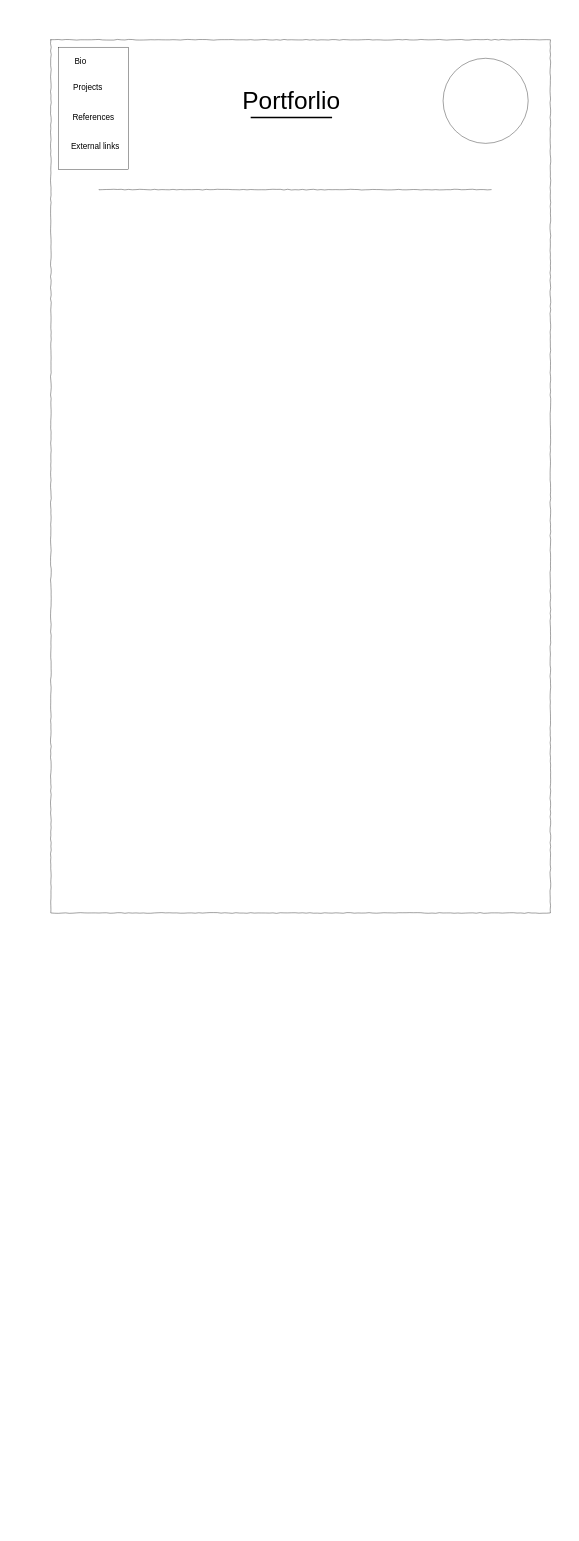
This is desktop-wireframe.drawio from kicknback/Portfolio, a draw.io file, before an edit. Source tidied: cells renumbered, new cells numbered last; positions are measured from the earlier drawing's top-left corner, leaving out a move shared by most shapes. Both pictures are drawn from the tidied source at 37%, with x=0, y=0 at pixel (51, 40).
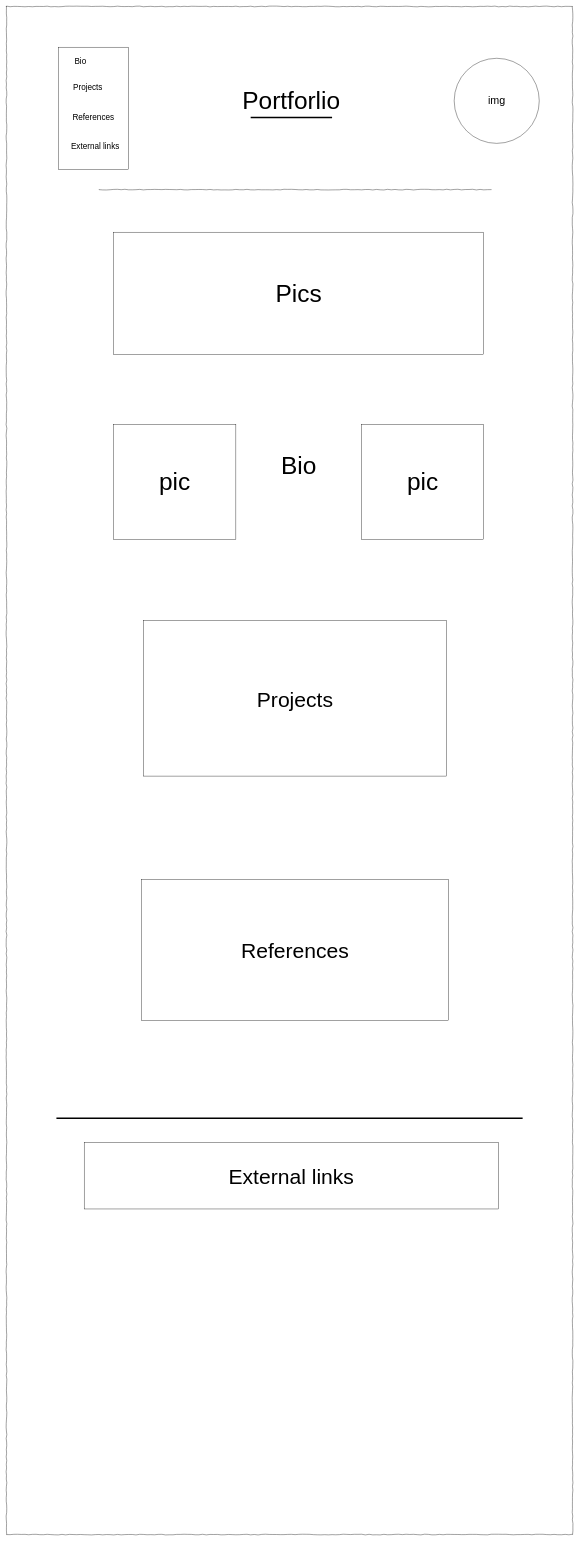
The same page after the edit.

Change to the diagram source:
```diff
@@
 <mxGraphModel background="#ffffff">
   <root>
     <mxCell id="0" />
     <mxCell id="1" parent="0" />
     <mxCell id="2" style="rounded=0;whiteSpace=wrap;html=1;fontSize=66;direction=south;" parent="1" vertex="1">
       <mxGeometry x="20" y="20" width="190" height="330" as="geometry" />
     </mxCell>
     <mxCell id="3" style="whiteSpace=wrap;html=1;rounded=0;shadow=0;labelBackgroundColor=none;strokeColor=#000000;strokeWidth=1;fillColor=none;fontFamily=Verdana;fontSize=12;fontColor=#000000;align=center;comic=1;" parent="1" vertex="1">
-      <mxGeometry width="1350" height="2360" as="geometry" />
+      <mxGeometry x="-120" y="-90" width="1530" height="4130" as="geometry" />
     </mxCell>
     <mxCell id="4" style="line;strokeWidth=1;html=1;rounded=0;shadow=0;labelBackgroundColor=none;fillColor=none;fontFamily=Verdana;fontSize=14;fontColor=#000000;align=center;comic=1;verticalAlign=bottom;" parent="1" vertex="1">
       <mxGeometry x="130" y="395" width="1060" height="20" as="geometry" />
     </mxCell>
-    <mxCell id="5" style="ellipse;whiteSpace=wrap;html=1;" parent="1" vertex="1">
-      <mxGeometry x="1060" y="50" width="230" height="230" as="geometry" />
+    <mxCell id="5" value="&lt;font style=&quot;font-size: 29px&quot;&gt;img&lt;/font&gt;" style="ellipse;whiteSpace=wrap;html=1;" parent="1" vertex="1">
+      <mxGeometry x="1090" y="50" width="230" height="230" as="geometry" />
     </mxCell>
     <mxCell id="6" value="Bio" style="text;html=1;strokeColor=none;fillColor=none;align=center;verticalAlign=middle;whiteSpace=wrap;rounded=0;fontSize=22;" parent="1" vertex="1">
       <mxGeometry x="60" y="50" width="40" height="20" as="geometry" />
     </mxCell>
     <mxCell id="7" value="Projects" style="text;html=1;strokeColor=none;fillColor=none;align=center;verticalAlign=middle;whiteSpace=wrap;rounded=0;fontSize=22;" parent="1" vertex="1">
       <mxGeometry x="80" y="120" width="40" height="20" as="geometry" />
     </mxCell>
     <mxCell id="8" value="References" style="text;html=1;strokeColor=none;fillColor=none;align=center;verticalAlign=middle;whiteSpace=wrap;rounded=0;fontSize=22;" parent="1" vertex="1">
       <mxGeometry x="20" y="200" width="190" height="20" as="geometry" />
     </mxCell>
     <mxCell id="9" value="External links" style="text;html=1;strokeColor=none;fillColor=none;align=center;verticalAlign=middle;whiteSpace=wrap;rounded=0;fontSize=22;" parent="1" vertex="1">
       <mxGeometry x="20" y="280" width="200" height="20" as="geometry" />
     </mxCell>
     <mxCell id="10" value="Portforlio" style="text;html=1;strokeColor=none;fillColor=none;align=center;verticalAlign=middle;whiteSpace=wrap;rounded=0;fontSize=66;" parent="1" vertex="1">
       <mxGeometry x="630" y="155" width="40" height="20" as="geometry" />
     </mxCell>
     <mxCell id="11" style="line;strokeWidth=4;html=1;perimeter=backbonePerimeter;fontSize=66;" parent="1" vertex="1">
       <mxGeometry x="540" y="205" width="220" height="10" as="geometry" />
     </mxCell>
+    <mxCell id="12" value="Pics" style="rounded=0;whiteSpace=wrap;html=1;fontSize=66;" parent="1" vertex="1">
+      <mxGeometry x="170" y="520" width="1000" height="330" as="geometry" />
+    </mxCell>
+    <mxCell id="13" value="pic" style="rounded=0;whiteSpace=wrap;html=1;fontSize=66;" parent="1" vertex="1">
+      <mxGeometry x="170" y="1040" width="330" height="310" as="geometry" />
+    </mxCell>
+    <mxCell id="14" value="pic" style="rounded=0;whiteSpace=wrap;html=1;fontSize=66;" parent="1" vertex="1">
+      <mxGeometry x="840" y="1040" width="330" height="310" as="geometry" />
+    </mxCell>
+    <mxCell id="15" value="Bio" style="text;html=1;strokeColor=none;fillColor=none;align=center;verticalAlign=middle;whiteSpace=wrap;rounded=0;fontSize=66;" parent="1" vertex="1">
+      <mxGeometry x="650" y="1140" width="40" height="20" as="geometry" />
+    </mxCell>
+    <mxCell id="16" value="&lt;font style=&quot;font-size: 57px&quot;&gt;Projects&lt;/font&gt;" style="rounded=0;whiteSpace=wrap;html=1;fontSize=66;" parent="1" vertex="1">
+      <mxGeometry x="250" y="1570" width="820" height="420" as="geometry" />
+    </mxCell>
+    <mxCell id="17" value="&lt;font style=&quot;font-size: 57px&quot;&gt;References&lt;/font&gt;" style="rounded=0;whiteSpace=wrap;html=1;fontSize=66;" parent="1" vertex="1">
+      <mxGeometry x="245" y="2270" width="830" height="380" as="geometry" />
+    </mxCell>
+    <mxCell id="18" value="&lt;font style=&quot;font-size: 57px&quot;&gt;External links&lt;/font&gt;" style="rounded=0;whiteSpace=wrap;html=1;fontSize=66;" parent="1" vertex="1">
+      <mxGeometry x="90" y="2980" width="1120" height="180" as="geometry" />
+    </mxCell>
+    <mxCell id="19" style="line;strokeWidth=4;html=1;perimeter=backbonePerimeter;fontSize=66;" parent="1" vertex="1">
+      <mxGeometry x="15" y="2910" width="1260" height="10" as="geometry" />
+    </mxCell>
   </root>
 </mxGraphModel>
```
